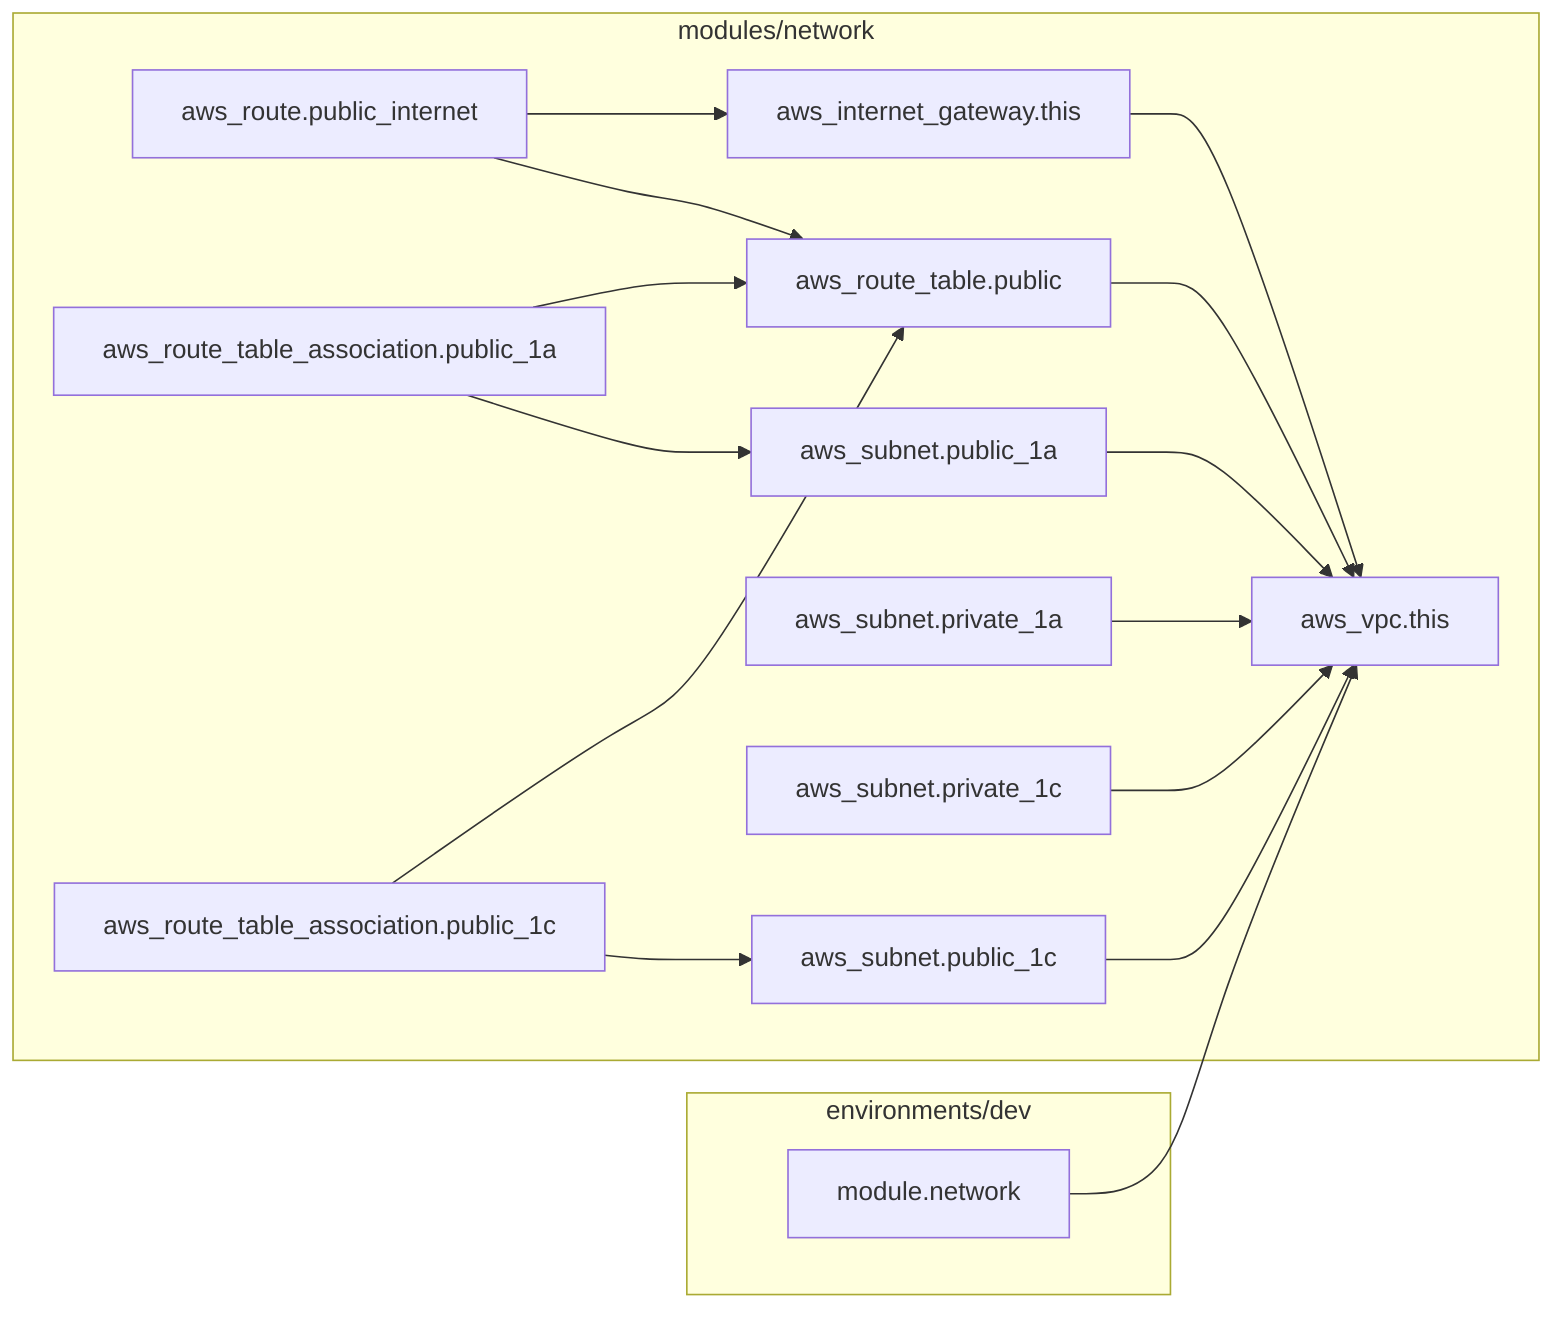
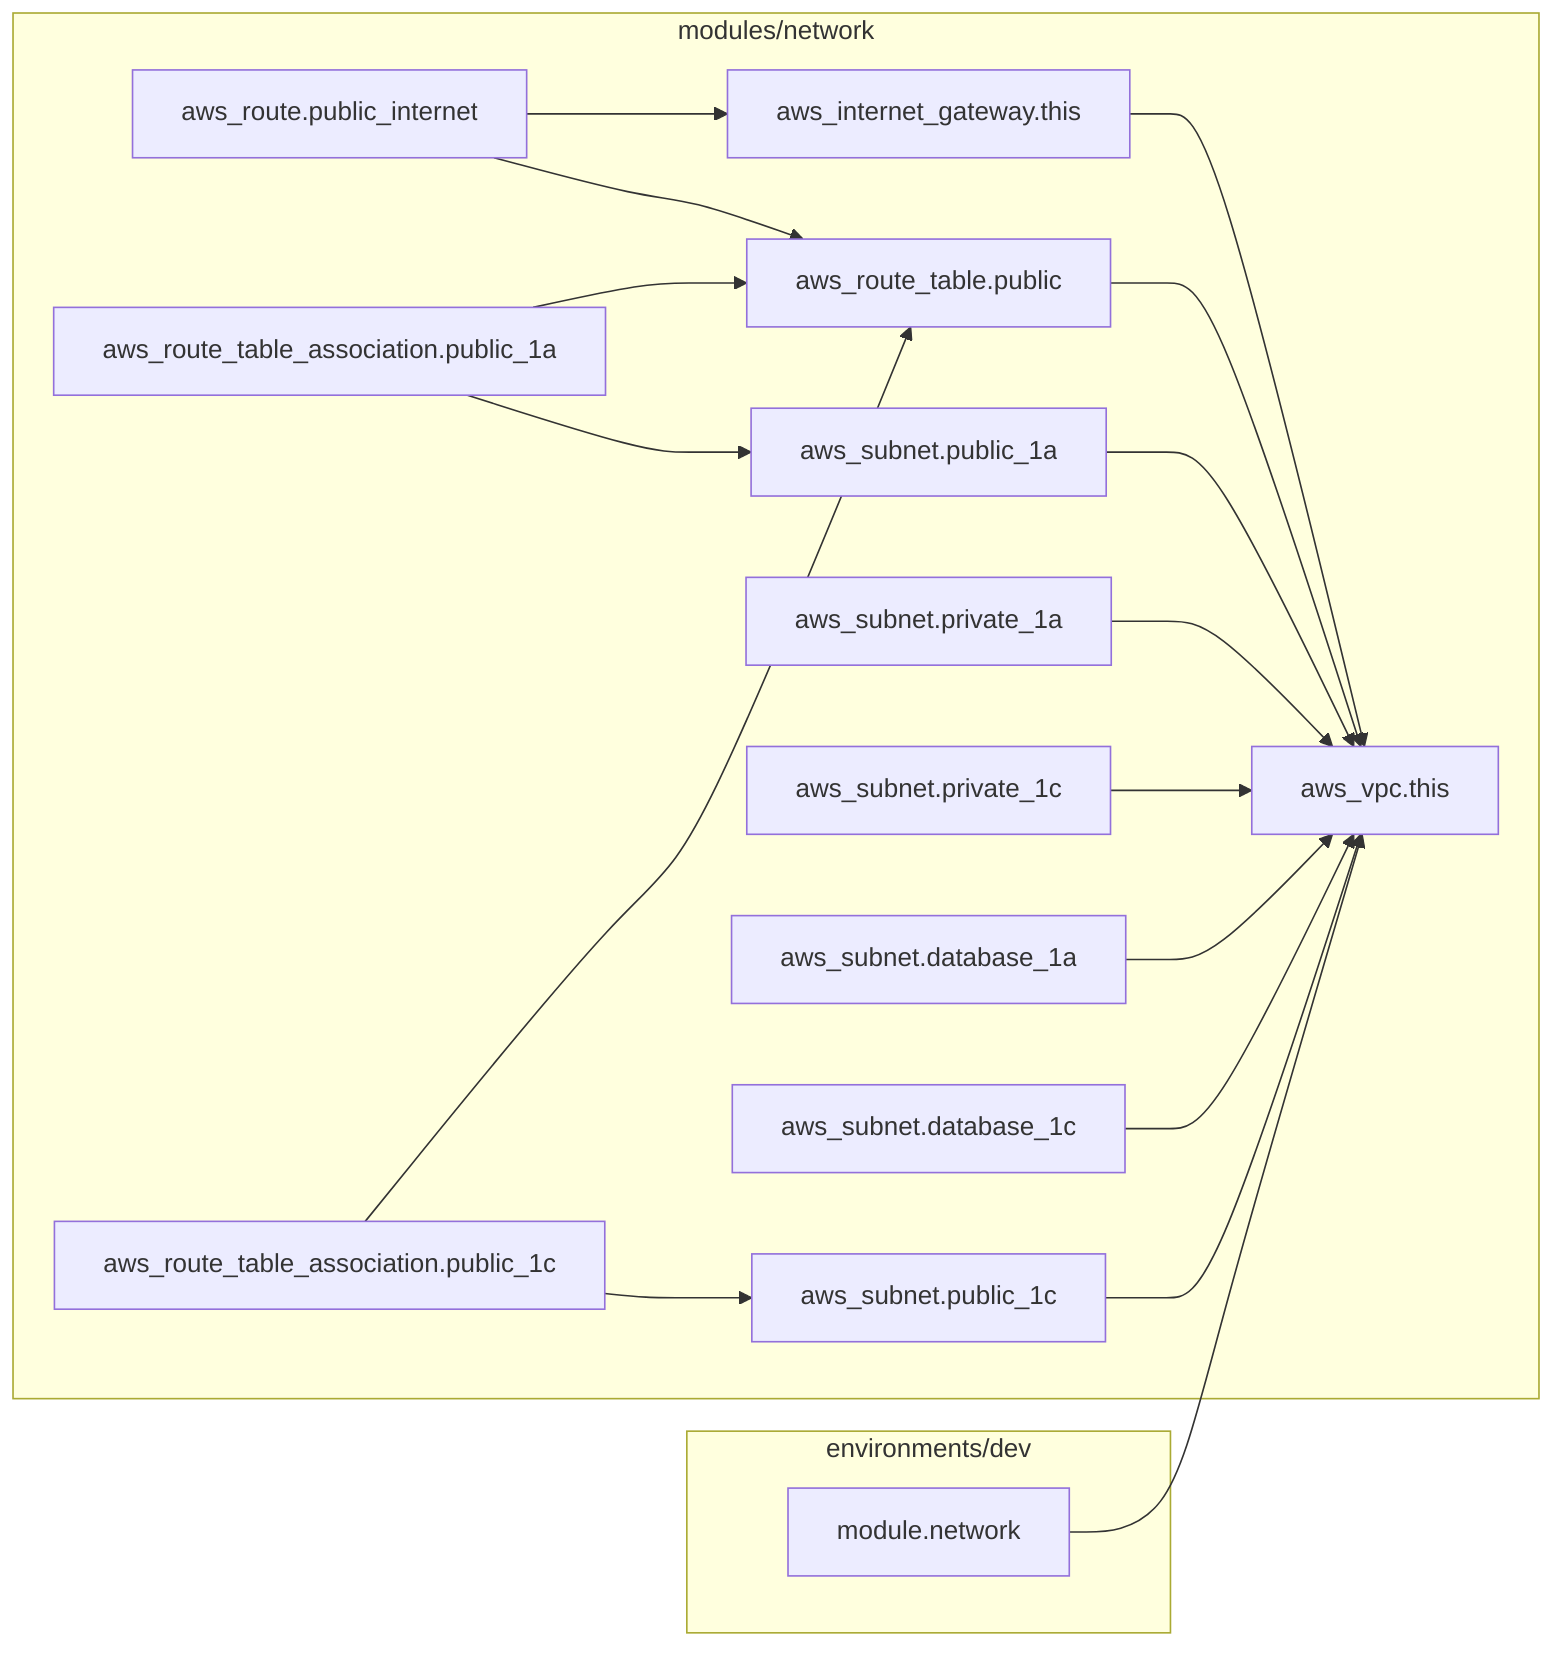
flowchart LR
  subgraph dev["environments/dev"]
    network_module["module.network"]
  end

  subgraph network["modules/network"]
    vpc["aws_vpc.this"]
    igw["aws_internet_gateway.this"]
    public_1a["aws_subnet.public_1a"]
    public_1c["aws_subnet.public_1c"]
    private_1a["aws_subnet.private_1a"]
    private_1c["aws_subnet.private_1c"]
+     database_1a["aws_subnet.database_1a"]
+     database_1c["aws_subnet.database_1c"]
    public_rt["aws_route_table.public"]
    public_internet_route["aws_route.public_internet"]
    public_1a_assoc["aws_route_table_association.public_1a"]
    public_1c_assoc["aws_route_table_association.public_1c"]
  end

  network_module --> vpc
  igw --> vpc
  public_1a --> vpc
  public_1c --> vpc
  private_1a --> vpc
  private_1c --> vpc
+   database_1a --> vpc
+   database_1c --> vpc
  public_rt --> vpc
  public_internet_route --> public_rt
  public_internet_route --> igw
  public_1a_assoc --> public_1a
  public_1a_assoc --> public_rt
  public_1c_assoc --> public_1c
  public_1c_assoc --> public_rt
